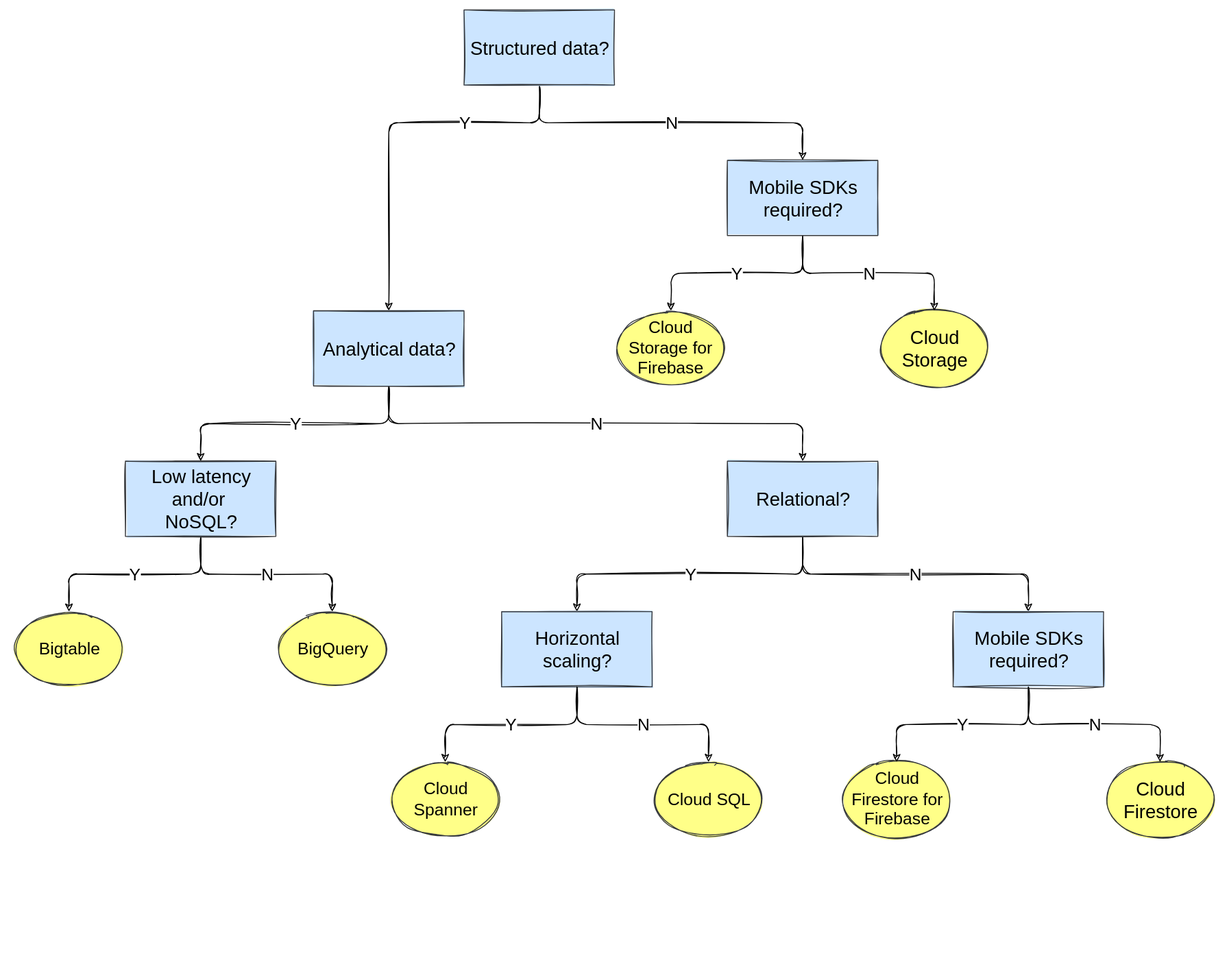
Above: content/files/gcp_database_decision_tree.svg in TheRealMattDunn/mattdunn.info (draw.io), before the change. Source tidied: cells renumbered, new cells last; positions are measured from the earlier drawing's top-left corner, leaving out a move shared by most shapes.
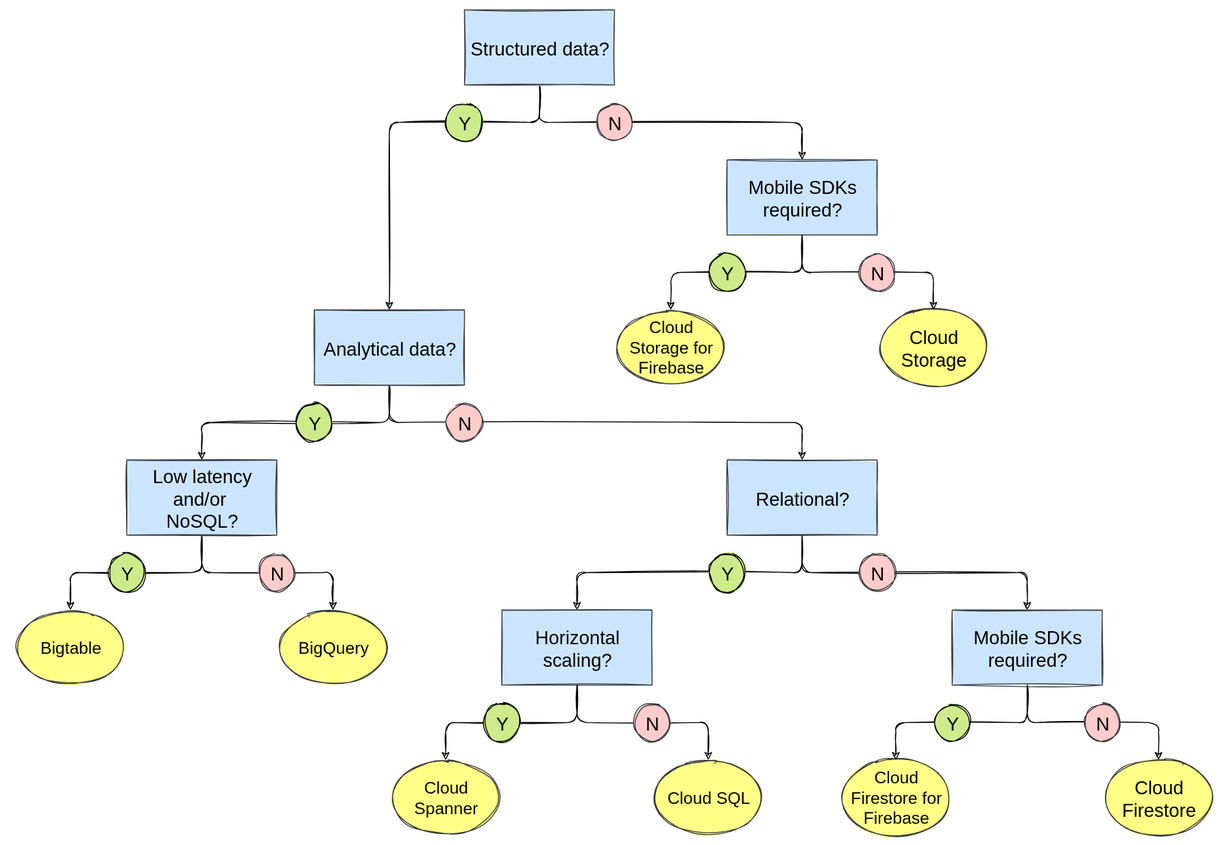
The same file after the commit.

Diff of the diagram source:
```diff
@@ -5,7 +5,7 @@
     <mxCell id="2" value="Cloud Storage" style="ellipse;whiteSpace=wrap;html=1;sketch=1;fontSize=20;gradientDirection=south;fillColor=#ffff88;strokeColor=#36393d;fillStyle=solid;" parent="1" vertex="1">
       <mxGeometry x="920" y="320" width="120" height="80" as="geometry" />
     </mxCell>
-    <mxCell id="3" value="Y" style="edgeStyle=orthogonalEdgeStyle;html=1;fontSize=18;" parent="1" edge="1" source="5" target="12">
+    <mxCell id="3" style="edgeStyle=orthogonalEdgeStyle;html=1;fontSize=18;" parent="1" edge="1" source="5" target="12">
       <mxGeometry x="-0.4" relative="1" as="geometry">
         <Array as="points">
           <mxPoint x="560" y="120" />
@@ -13,7 +13,7 @@
         </Array>
       </mxGeometry>
     </mxCell>
-    <mxCell id="4" value="N" style="edgeStyle=orthogonalEdgeStyle;html=1;entryX=0.5;entryY=0;entryDx=0;entryDy=0;fontSize=18;" parent="1" edge="1" source="5" target="8">
+    <mxCell id="4" style="edgeStyle=orthogonalEdgeStyle;html=1;entryX=0.5;entryY=0;entryDx=0;entryDy=0;fontSize=18;" parent="1" edge="1" source="5" target="8">
       <mxGeometry relative="1" as="geometry">
         <Array as="points">
           <mxPoint x="560" y="120" />
@@ -24,10 +24,10 @@
     <mxCell id="5" value="Structured data?" style="rounded=0;whiteSpace=wrap;html=1;fillColor=#cce5ff;strokeColor=#36393d;sketch=1;fillStyle=solid;fontSize=20;" parent="1" vertex="1">
       <mxGeometry x="480" width="160" height="80" as="geometry" />
     </mxCell>
-    <mxCell id="6" value="Y" style="edgeStyle=orthogonalEdgeStyle;html=1;fontSize=18;" parent="1" edge="1" source="8" target="9">
+    <mxCell id="6" style="edgeStyle=orthogonalEdgeStyle;html=1;fontSize=18;" parent="1" edge="1" source="8" target="9">
       <mxGeometry relative="1" as="geometry" />
     </mxCell>
-    <mxCell id="7" value="N" style="edgeStyle=orthogonalEdgeStyle;html=1;fontSize=18;" parent="1" edge="1" source="8" target="2">
+    <mxCell id="7" style="edgeStyle=orthogonalEdgeStyle;html=1;fontSize=18;" parent="1" edge="1" source="8" target="2">
       <mxGeometry relative="1" as="geometry" />
     </mxCell>
     <mxCell id="8" value="Mobile SDKs required?" style="rounded=0;whiteSpace=wrap;html=1;fillColor=#cce5ff;strokeColor=#36393d;sketch=1;fillStyle=solid;fontSize=20;" parent="1" vertex="1">
@@ -36,7 +36,7 @@
     <mxCell id="9" value="Cloud&lt;br&gt;Storage for Firebase" style="ellipse;whiteSpace=wrap;html=1;sketch=1;fontSize=18;gradientDirection=south;fillColor=#ffff88;strokeColor=#36393d;fillStyle=solid;" parent="1" vertex="1">
       <mxGeometry x="640" y="320" width="120" height="80" as="geometry" />
     </mxCell>
-    <mxCell id="10" value="Y" style="edgeStyle=orthogonalEdgeStyle;html=1;fontSize=18;" parent="1" edge="1" source="12" target="15">
+    <mxCell id="10" style="edgeStyle=orthogonalEdgeStyle;html=1;fontSize=18;" parent="1" edge="1" source="12" target="15">
       <mxGeometry relative="1" as="geometry">
         <Array as="points">
           <mxPoint x="400" y="440" />
@@ -44,7 +44,7 @@
         </Array>
       </mxGeometry>
     </mxCell>
-    <mxCell id="11" value="N" style="edgeStyle=orthogonalEdgeStyle;html=1;fontSize=18;entryX=0.5;entryY=0;entryDx=0;entryDy=0;" parent="1" edge="1" source="12" target="20">
+    <mxCell id="11" style="edgeStyle=orthogonalEdgeStyle;html=1;fontSize=18;entryX=0.5;entryY=0;entryDx=0;entryDy=0;" parent="1" edge="1" source="12" target="20">
       <mxGeometry relative="1" as="geometry">
         <Array as="points">
           <mxPoint x="400" y="440" />
@@ -55,10 +55,10 @@
     <mxCell id="12" value="Analytical data?" style="rounded=0;whiteSpace=wrap;html=1;fillColor=#cce5ff;strokeColor=#36393d;sketch=1;fillStyle=solid;fontSize=20;" parent="1" vertex="1">
       <mxGeometry x="320" y="320" width="160" height="80" as="geometry" />
     </mxCell>
-    <mxCell id="13" value="Y" style="edgeStyle=orthogonalEdgeStyle;html=1;fontSize=18;" parent="1" edge="1" source="15" target="16">
+    <mxCell id="13" style="edgeStyle=orthogonalEdgeStyle;html=1;fontSize=18;" parent="1" edge="1" source="15" target="16">
       <mxGeometry relative="1" as="geometry" />
     </mxCell>
-    <mxCell id="14" value="N" style="edgeStyle=orthogonalEdgeStyle;html=1;fontSize=18;" parent="1" edge="1" source="15" target="17">
+    <mxCell id="14" style="edgeStyle=orthogonalEdgeStyle;html=1;fontSize=18;" parent="1" edge="1" source="15" target="17">
       <mxGeometry relative="1" as="geometry" />
     </mxCell>
     <mxCell id="15" value="Low latency and/or&amp;nbsp;&lt;br&gt;NoSQL?" style="rounded=0;whiteSpace=wrap;html=1;fillColor=#cce5ff;strokeColor=#36393d;sketch=1;fillStyle=solid;fontSize=20;" parent="1" vertex="1">
@@ -70,7 +70,7 @@
     <mxCell id="17" value="BigQuery" style="ellipse;whiteSpace=wrap;html=1;sketch=1;fontSize=18;gradientDirection=south;fillColor=#ffff88;strokeColor=#36393d;fillStyle=solid;" parent="1" vertex="1">
       <mxGeometry x="280" y="640" width="120" height="80" as="geometry" />
     </mxCell>
-    <mxCell id="18" value="Y" style="edgeStyle=orthogonalEdgeStyle;html=1;fontSize=18;" parent="1" edge="1" source="20" target="22">
+    <mxCell id="18" style="edgeStyle=orthogonalEdgeStyle;html=1;fontSize=18;" parent="1" edge="1" source="20" target="22">
       <mxGeometry relative="1" as="geometry">
         <Array as="points">
           <mxPoint x="840" y="600" />
@@ -78,7 +78,7 @@
         </Array>
       </mxGeometry>
     </mxCell>
-    <mxCell id="19" value="N" style="edgeStyle=orthogonalEdgeStyle;html=1;fontSize=18;" parent="1" edge="1" source="20" target="30">
+    <mxCell id="19" style="edgeStyle=orthogonalEdgeStyle;html=1;fontSize=18;" parent="1" edge="1" source="20" target="30">
       <mxGeometry relative="1" as="geometry">
         <Array as="points">
           <mxPoint x="840" y="600" />
@@ -89,41 +89,77 @@
     <mxCell id="20" value="Relational?" style="rounded=0;whiteSpace=wrap;html=1;fillColor=#cce5ff;strokeColor=#36393d;sketch=1;fillStyle=solid;fontSize=20;" parent="1" vertex="1">
       <mxGeometry x="760" y="480" width="160" height="80" as="geometry" />
     </mxCell>
-    <mxCell id="21" style="group;" parent="1" vertex="1">
-      <mxGeometry x="360" y="760" width="400" height="240" as="geometry" />
-    </mxCell>
+    <mxCell id="33" value="Y" style="ellipse;whiteSpace=wrap;html=1;sketch=1;fontSize=20;fillColor=#cdeb8b;gradientDirection=south;fillStyle=solid;" parent="1" vertex="1">
+      <mxGeometry x="460" y="100" width="40" height="40" as="geometry" />
+    </mxCell>
+    <mxCell id="34" value="Y" style="ellipse;whiteSpace=wrap;html=1;sketch=1;fontSize=20;fillColor=#cdeb8b;gradientDirection=south;fillStyle=solid;" parent="1" vertex="1">
+      <mxGeometry x="300" y="420" width="40" height="40" as="geometry" />
+    </mxCell>
+    <mxCell id="35" value="Y" style="ellipse;whiteSpace=wrap;html=1;sketch=1;fontSize=20;fillColor=#cdeb8b;gradientDirection=south;fillStyle=solid;" parent="1" vertex="1">
+      <mxGeometry x="100" y="580" width="40" height="40" as="geometry" />
+    </mxCell>
+    <mxCell id="36" value="Y" style="ellipse;whiteSpace=wrap;html=1;sketch=1;fontSize=20;fillColor=#cdeb8b;gradientDirection=south;fillStyle=solid;" parent="1" vertex="1">
+      <mxGeometry x="740" y="260" width="40" height="40" as="geometry" />
+    </mxCell>
+    <mxCell id="37" value="Y" style="ellipse;whiteSpace=wrap;html=1;sketch=1;fontSize=20;fillColor=#cdeb8b;gradientDirection=south;fillStyle=solid;" parent="1" vertex="1">
+      <mxGeometry x="740" y="580" width="40" height="40" as="geometry" />
+    </mxCell>
-    <mxCell id="22" value="Horizontal scaling?" style="rounded=0;whiteSpace=wrap;html=1;fillColor=#cce5ff;strokeColor=#36393d;sketch=1;fillStyle=solid;fontSize=20;" parent="21" vertex="1">
-      <mxGeometry x="160" y="-120" width="160" height="80" as="geometry" />
+    <mxCell id="22" value="Horizontal scaling?" style="rounded=0;whiteSpace=wrap;html=1;fillColor=#cce5ff;strokeColor=#36393d;sketch=1;fillStyle=solid;fontSize=20;" parent="1" vertex="1">
+      <mxGeometry x="520" y="640" width="160" height="80" as="geometry" />
     </mxCell>
-    <mxCell id="23" value="Cloud Spanner" style="ellipse;whiteSpace=wrap;html=1;sketch=1;fontSize=18;gradientDirection=south;fillColor=#ffff88;strokeColor=#36393d;fillStyle=solid;" parent="21" vertex="1">
-      <mxGeometry x="40" y="40" width="120" height="80" as="geometry" />
+    <mxCell id="23" value="Cloud Spanner" style="ellipse;whiteSpace=wrap;html=1;sketch=1;fontSize=18;gradientDirection=south;fillColor=#ffff88;strokeColor=#36393d;fillStyle=solid;" parent="1" vertex="1">
+      <mxGeometry x="400" y="800" width="120" height="80" as="geometry" />
     </mxCell>
-    <mxCell id="24" value="Y" style="edgeStyle=orthogonalEdgeStyle;html=1;fontSize=18;" parent="21" edge="1" source="22" target="23">
-      <mxGeometry relative="1" as="geometry" />
+    <mxCell id="24" style="edgeStyle=orthogonalEdgeStyle;html=1;fontSize=18;" parent="1" edge="1" source="22" target="23">
+      <mxGeometry x="-320" y="680" as="geometry" />
     </mxCell>
-    <mxCell id="25" value="Cloud SQL" style="ellipse;whiteSpace=wrap;html=1;sketch=1;fontSize=18;gradientDirection=south;fillColor=#ffff88;strokeColor=#36393d;fillStyle=solid;" parent="21" vertex="1">
-      <mxGeometry x="320" y="40" width="120" height="80" as="geometry" />
+    <mxCell id="25" value="Cloud SQL" style="ellipse;whiteSpace=wrap;html=1;sketch=1;fontSize=18;gradientDirection=south;fillColor=#ffff88;strokeColor=#36393d;fillStyle=solid;" parent="1" vertex="1">
+      <mxGeometry x="680" y="800" width="120" height="80" as="geometry" />
     </mxCell>
-    <mxCell id="26" value="N" style="edgeStyle=orthogonalEdgeStyle;html=1;fontSize=18;" parent="21" edge="1" source="22" target="25">
-      <mxGeometry relative="1" as="geometry" />
+    <mxCell id="26" style="edgeStyle=orthogonalEdgeStyle;html=1;fontSize=18;" parent="1" edge="1" source="22" target="25">
+      <mxGeometry x="-320" y="680" as="geometry" />
     </mxCell>
-    <mxCell id="27" style="group;" parent="1" vertex="1">
-      <mxGeometry x="880" y="640" width="400" height="240" as="geometry" />
-    </mxCell>
-    <mxCell id="28" value="Cloud Firestore" style="ellipse;whiteSpace=wrap;html=1;sketch=1;fontSize=20;gradientDirection=south;fillColor=#ffff88;strokeColor=#36393d;fillStyle=solid;" parent="27" vertex="1">
-      <mxGeometry x="280" y="160" width="120" height="80" as="geometry" />
+    <mxCell id="28" value="Cloud Firestore" style="ellipse;whiteSpace=wrap;html=1;sketch=1;fontSize=20;gradientDirection=south;fillColor=#ffff88;strokeColor=#36393d;fillStyle=solid;" parent="1" vertex="1">
+      <mxGeometry x="1160" y="800" width="120" height="80" as="geometry" />
     </mxCell>
-    <mxCell id="29" value="N" style="edgeStyle=orthogonalEdgeStyle;html=1;fontSize=18;" parent="27" edge="1" source="30" target="28">
-      <mxGeometry relative="1" as="geometry" />
+    <mxCell id="29" style="edgeStyle=orthogonalEdgeStyle;html=1;fontSize=18;" parent="1" edge="1" source="30" target="28">
+      <mxGeometry x="200" y="560" as="geometry" />
     </mxCell>
-    <mxCell id="30" value="Mobile SDKs required?" style="rounded=0;whiteSpace=wrap;html=1;fillColor=#cce5ff;strokeColor=#36393d;sketch=1;fillStyle=solid;fontSize=20;" parent="27" vertex="1">
-      <mxGeometry x="120" width="160" height="80" as="geometry" />
+    <mxCell id="30" value="Mobile SDKs required?" style="rounded=0;whiteSpace=wrap;html=1;fillColor=#cce5ff;strokeColor=#36393d;sketch=1;fillStyle=solid;fontSize=20;" parent="1" vertex="1">
+      <mxGeometry x="1000" y="640" width="160" height="80" as="geometry" />
     </mxCell>
-    <mxCell id="31" value="Cloud Firestore for Firebase" style="ellipse;whiteSpace=wrap;html=1;sketch=1;fontSize=18;gradientDirection=south;fillColor=#ffff88;strokeColor=#36393d;fillStyle=solid;" parent="27" vertex="1">
-      <mxGeometry y="160" width="120" height="80" as="geometry" />
+    <mxCell id="31" value="Cloud Firestore for Firebase" style="ellipse;whiteSpace=wrap;html=1;sketch=1;fontSize=18;gradientDirection=south;fillColor=#ffff88;strokeColor=#36393d;fillStyle=solid;" parent="1" vertex="1">
+      <mxGeometry x="880" y="800" width="120" height="80" as="geometry" />
     </mxCell>
-    <mxCell id="32" value="Y" style="edgeStyle=orthogonalEdgeStyle;html=1;fontSize=18;" parent="27" edge="1" source="30" target="31">
-      <mxGeometry relative="1" as="geometry" />
+    <mxCell id="32" style="edgeStyle=orthogonalEdgeStyle;html=1;fontSize=18;" parent="1" edge="1" source="30" target="31">
+      <mxGeometry x="200" y="560" as="geometry" />
     </mxCell>
+    <mxCell id="38" value="Y" style="ellipse;whiteSpace=wrap;html=1;sketch=1;fontSize=20;fillColor=#cdeb8b;gradientDirection=south;fillStyle=solid;" parent="1" vertex="1">
+      <mxGeometry x="980" y="740" width="40" height="40" as="geometry" />
+    </mxCell>
+    <mxCell id="39" value="N" style="ellipse;whiteSpace=wrap;html=1;sketch=1;fontSize=20;fillColor=#ffcccc;gradientDirection=south;fillStyle=solid;strokeColor=#36393d;" parent="1" vertex="1">
+      <mxGeometry x="620" y="100" width="40" height="40" as="geometry" />
+    </mxCell>
+    <mxCell id="40" value="N" style="ellipse;whiteSpace=wrap;html=1;sketch=1;fontSize=20;fillColor=#ffcccc;gradientDirection=south;fillStyle=solid;strokeColor=#36393d;" parent="1" vertex="1">
+      <mxGeometry x="900" y="260" width="40" height="40" as="geometry" />
+    </mxCell>
+    <mxCell id="41" value="N" style="ellipse;whiteSpace=wrap;html=1;sketch=1;fontSize=20;fillColor=#ffcccc;gradientDirection=south;fillStyle=solid;strokeColor=#36393d;" parent="1" vertex="1">
+      <mxGeometry x="460" y="420" width="40" height="40" as="geometry" />
+    </mxCell>
+    <mxCell id="42" value="N" style="ellipse;whiteSpace=wrap;html=1;sketch=1;fontSize=20;fillColor=#ffcccc;gradientDirection=south;fillStyle=solid;strokeColor=#36393d;" parent="1" vertex="1">
+      <mxGeometry x="260" y="580" width="40" height="40" as="geometry" />
+    </mxCell>
+    <mxCell id="43" value="N" style="ellipse;whiteSpace=wrap;html=1;sketch=1;fontSize=20;fillColor=#ffcccc;gradientDirection=south;fillStyle=solid;strokeColor=#36393d;" parent="1" vertex="1">
+      <mxGeometry x="900" y="580" width="40" height="40" as="geometry" />
+    </mxCell>
+    <mxCell id="44" value="Y" style="ellipse;whiteSpace=wrap;html=1;sketch=1;fontSize=20;fillColor=#cdeb8b;gradientDirection=south;fillStyle=solid;" parent="1" vertex="1">
+      <mxGeometry x="500" y="740" width="40" height="40" as="geometry" />
+    </mxCell>
+    <mxCell id="45" value="N" style="ellipse;whiteSpace=wrap;html=1;sketch=1;fontSize=20;fillColor=#ffcccc;gradientDirection=south;fillStyle=solid;strokeColor=#36393d;" parent="1" vertex="1">
+      <mxGeometry x="660" y="740" width="40" height="40" as="geometry" />
+    </mxCell>
+    <mxCell id="46" value="N" style="ellipse;whiteSpace=wrap;html=1;sketch=1;fontSize=20;fillColor=#ffcccc;gradientDirection=south;fillStyle=solid;strokeColor=#36393d;" parent="1" vertex="1">
+      <mxGeometry x="1140" y="740" width="40" height="40" as="geometry" />
+    </mxCell>
   </root>
 </mxGraphModel>
```
